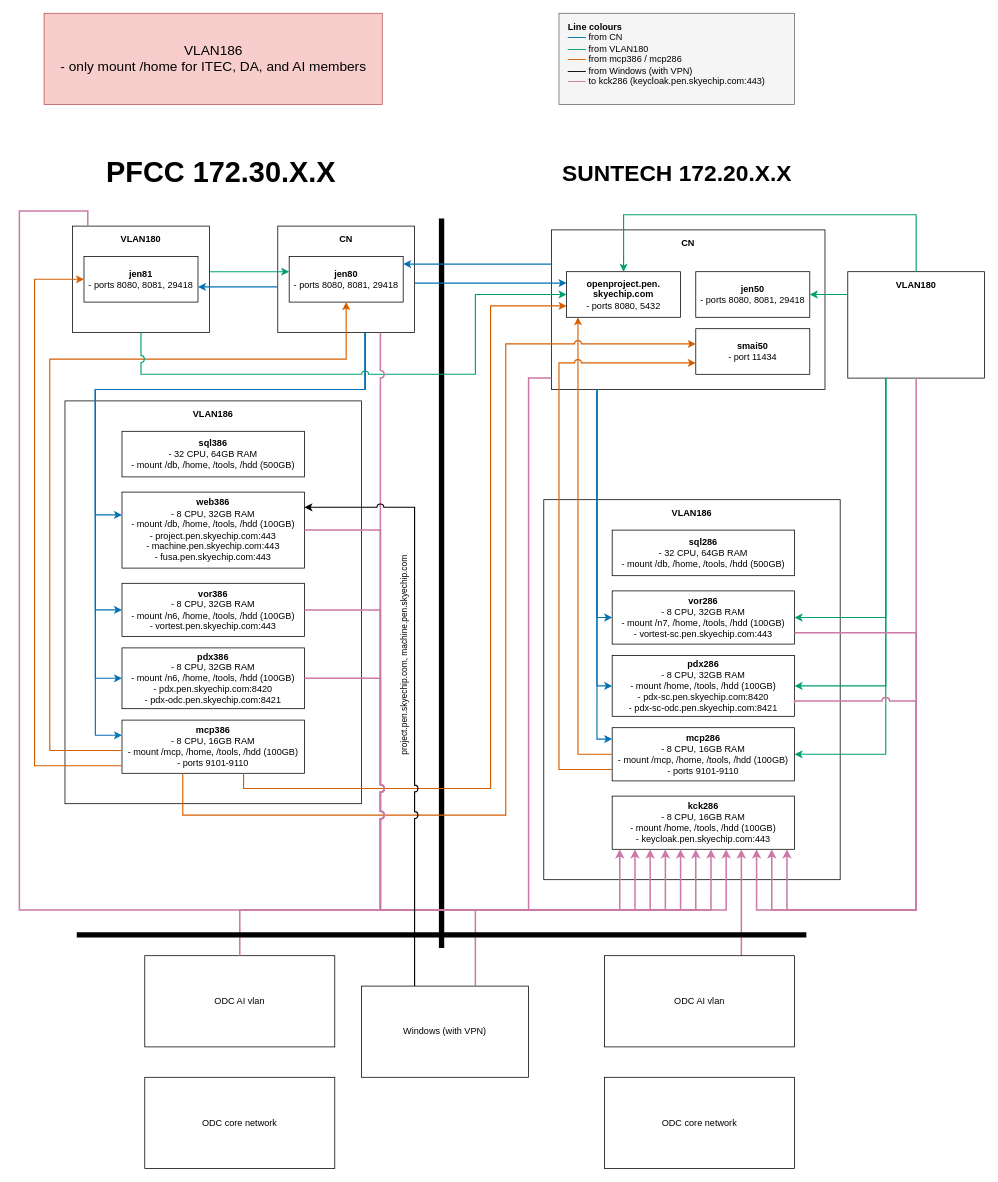
yk2274/tmp keeps this draw.io diagram as vlan186_cleaned_v2.drawio. Above is the earlier version. Source tidied: cells renumbered, new cells numbered last; positions are measured from the earlier drawing's top-left corner, leaving out a move shared by most shapes. Both pictures are drawn from the tidied source at 76%, with x=0, y=0 at pixel (19, 13).
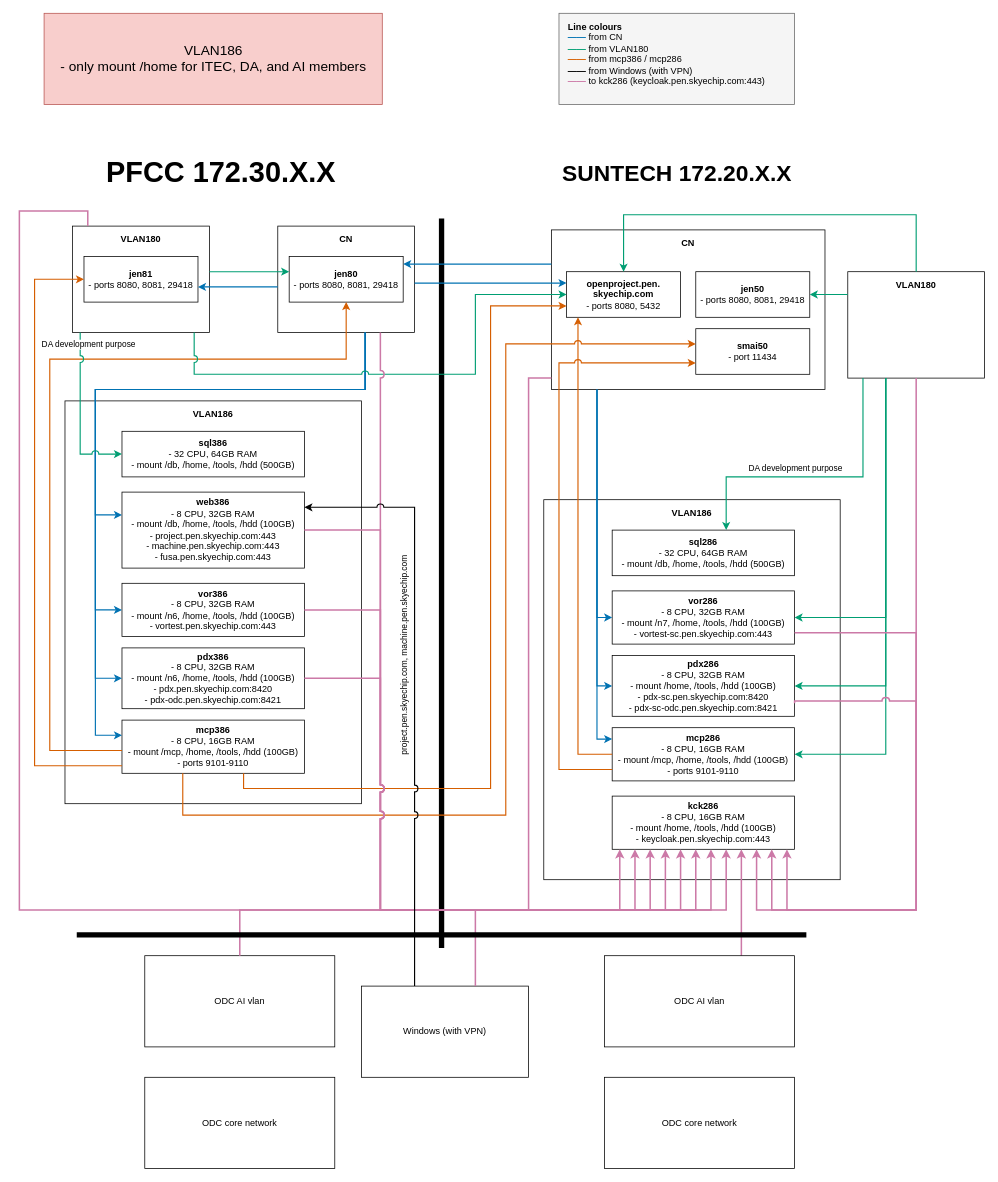
The same page after the edit.

Commit message:
Add VLAN180 -> sql386 / sql286 links for DA development

- Green edge VLAN180 (PFCC) -> sql386 down the VLAN186 left margin,
  and VLAN180 (SUNTECH) -> sql286 entering from the top
- Both labelled "DA development purpose"
- VLAN180 (PFCC) -> openproject now leaves from further right so the
  new label has room under the VLAN180 box

The change refers to these unchanged cells:
```xml
<mxCell id="4" value="&lt;b&gt;sql386&lt;/b&gt;&lt;div&gt;- 32 CPU, 64GB RAM&lt;/div&gt;&lt;div&gt;- mount /db, /home, /tools, /hdd (500GB)&lt;/div&gt;" style="rounded=0;whiteSpace=wrap;html=1;" parent="2" vertex="1">
  <mxGeometry x="75" y="40" width="240" height="60" as="geometry" />
</mxCell>
<mxCell id="13" value="VLAN180" style="rounded=0;whiteSpace=wrap;html=1;verticalAlign=top;spacingTop=4;fontStyle=1;" parent="12" vertex="1">
  <mxGeometry width="180" height="140" as="geometry" />
</mxCell>
<mxCell id="18" value="VLAN180" style="rounded=0;whiteSpace=wrap;html=1;verticalAlign=top;spacingTop=4;fontStyle=1;" parent="17" vertex="1">
  <mxGeometry width="180" height="140" as="geometry" />
</mxCell>
<mxCell id="22" value="&lt;b&gt;openproject.pen.&lt;/b&gt;&lt;div&gt;&lt;b&gt;skyechip.com&lt;/b&gt;&lt;div&gt;- ports 8080, 5432&lt;/div&gt;&lt;/div&gt;" style="rounded=0;whiteSpace=wrap;html=1;" parent="19" vertex="1">
  <mxGeometry x="20" y="55" width="150" height="60" as="geometry" />
</mxCell>
<mxCell id="27" value="&lt;b&gt;sql286&lt;/b&gt;&lt;div&gt;- 32 CPU, 64GB RAM&lt;/div&gt;&lt;div&gt;- mount /db, /home, /tools, /hdd (500GB)&lt;/div&gt;" style="rounded=0;whiteSpace=wrap;html=1;" parent="25" vertex="1">
  <mxGeometry x="90" y="40" width="240" height="60" as="geometry" />
</mxCell>
```

The edit, as a diff of the source:
```diff
@@
-    <mxCell id="40" style="edgeStyle=orthogonalEdgeStyle;rounded=0;jettySize=auto;html=1;jumpStyle=arc;jumpSize=8;strokeWidth=1.5;strokeColor=#009E73;exitX=0.5;exitY=1.0;exitDx=0;exitDy=0;exitPerimeter=0;entryX=0.0;entryY=0.5;entryDx=0;entryDy=0;entryPerimeter=0;" parent="1" edge="1" source="13" target="22">
+    <mxCell id="40" style="edgeStyle=orthogonalEdgeStyle;rounded=0;jettySize=auto;html=1;jumpStyle=arc;jumpSize=8;strokeWidth=1.5;strokeColor=#009E73;exitX=0.8889;exitY=1.0;exitDx=0;exitDy=0;exitPerimeter=0;entryX=0.0;entryY=0.5;entryDx=0;entryDy=0;entryPerimeter=0;" parent="1" edge="1" source="13" target="22">
       <mxGeometry relative="1" as="geometry">
         <Array as="points">
-          <mxPoint x="160" y="475" />
+          <mxPoint x="230" y="475" />
           <mxPoint x="600" y="475" />
           <mxPoint x="600" y="370" />
         </Array>
       </mxGeometry>
     </mxCell>
@@
+    <mxCell id="77" style="edgeStyle=orthogonalEdgeStyle;rounded=0;jettySize=auto;html=1;jumpStyle=arc;jumpSize=8;strokeWidth=1.5;strokeColor=#009E73;exitX=0.0556;exitY=1.0;exitDx=0;exitDy=0;exitPerimeter=0;entryX=0.0;entryY=0.5;entryDx=0;entryDy=0;entryPerimeter=0;" parent="1" edge="1" source="13" target="4">
+      <mxGeometry relative="1" as="geometry">
+        <Array as="points">
+          <mxPoint x="80" y="580" />
+        </Array>
+      </mxGeometry>
+    </mxCell>
+    <mxCell id="78" value="DA development purpose" style="edgeLabel;html=1;align=center;verticalAlign=middle;fontSize=11;labelBackgroundColor=#ffffff;" parent="77" vertex="1">
+      <mxGeometry x="-0.86" y="10" relative="1" as="geometry" />
+    </mxCell>
+    <mxCell id="79" style="edgeStyle=orthogonalEdgeStyle;rounded=0;jettySize=auto;html=1;jumpStyle=arc;jumpSize=8;strokeWidth=1.5;strokeColor=#009E73;exitX=0.1111;exitY=1.0;exitDx=0;exitDy=0;exitPerimeter=0;entryX=0.625;entryY=0.0;entryDx=0;entryDy=0;entryPerimeter=0;" parent="1" edge="1" source="18" target="27">
+      <mxGeometry relative="1" as="geometry">
+        <Array as="points">
+          <mxPoint x="1110" y="610" />
+          <mxPoint x="930" y="610" />
+        </Array>
+      </mxGeometry>
+    </mxCell>
+    <mxCell id="80" value="DA development purpose" style="edgeLabel;html=1;align=center;verticalAlign=middle;fontSize=11;labelBackgroundColor=#ffffff;" parent="79" vertex="1">
+      <mxGeometry x="0.16" y="-12" relative="1" as="geometry" />
+    </mxCell>
```
